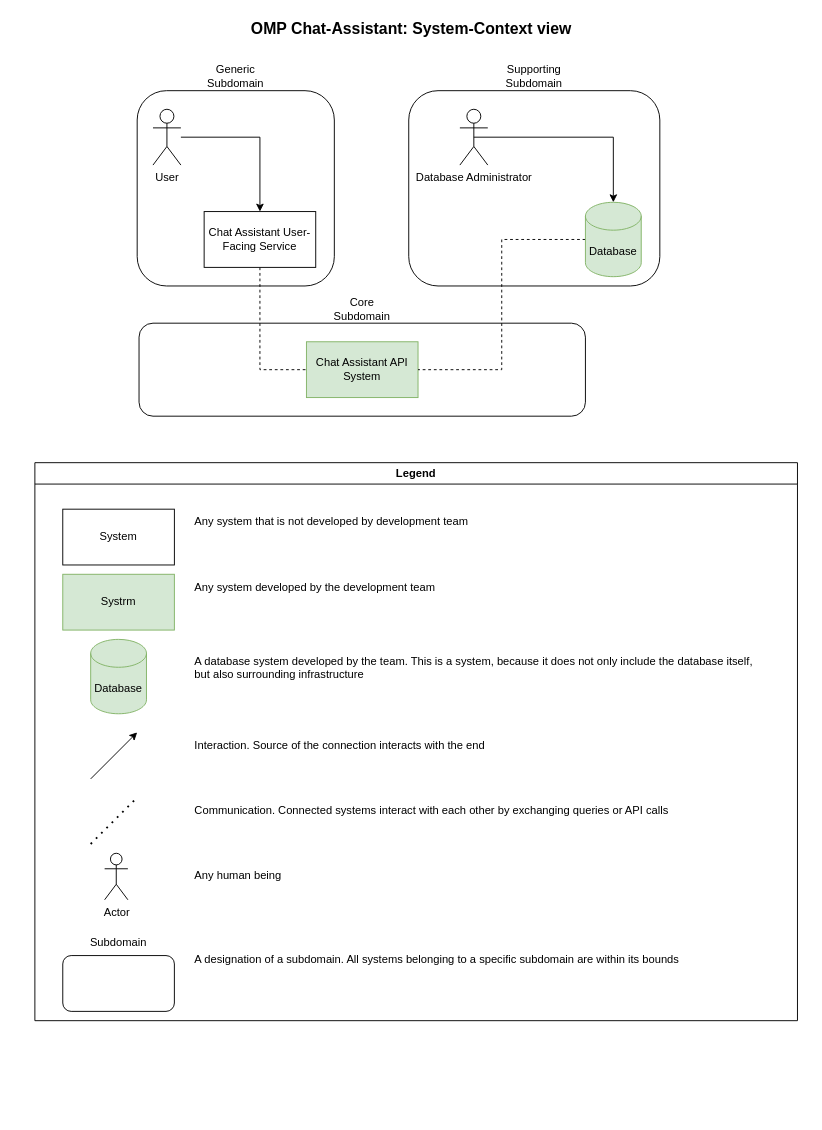
Earlier version of the draw.io diagram Diagrams/SystemView.drawio (OMP-Industrial-Project-Chat-Assistant/OMP-Chat-Assistant-Process). Source tidied: cells renumbered, new cells numbered last; positions are measured from the earlier drawing's top-left corner, leaving out a move shared by most shapes. Both pictures are drawn from the tidied source at 93%, with x=0, y=0 at pixel (16, 16).
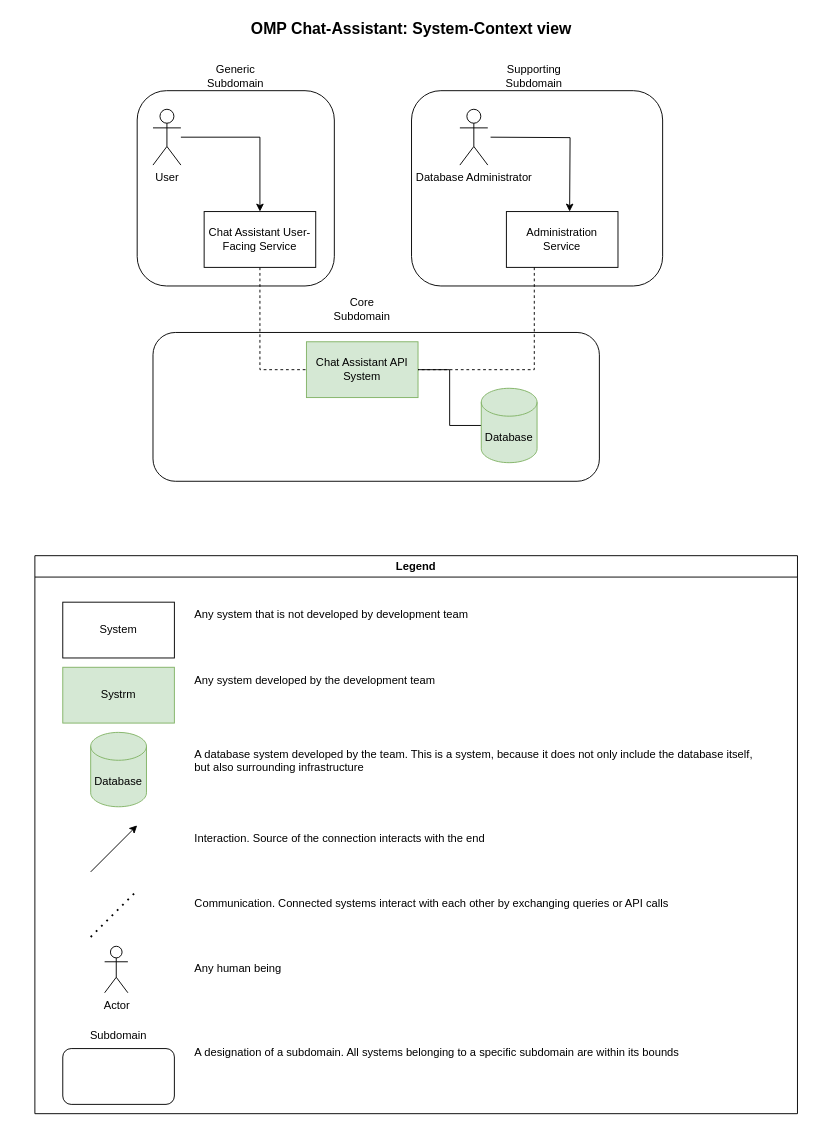
After the change.

The change refers to these unchanged cells:
```xml
<mxCell id="25" value="Chat Assistant API System" style="rounded=0;whiteSpace=wrap;html=1;fillColor=#d5e8d4;strokeColor=#82b366;" parent="1" vertex="1">
  <mxGeometry x="312" y="350" width="120" height="60" as="geometry" />
</mxCell>
<mxCell id="26" value="Database Administrator" style="shape=umlActor;verticalLabelPosition=bottom;verticalAlign=top;html=1;outlineConnect=0;" parent="1" vertex="1">
  <mxGeometry x="477" y="100" width="30" height="60" as="geometry" />
</mxCell>
```

The edit, as a diff of the source:
```diff
@@
-<mxGraphModel>
+<mxGraphModel background="#ffffff">
@@
+    <mxCell id="30" style="rounded=1;whiteSpace=wrap;html=1;fillColor=none;" parent="1" vertex="1">
+      <mxGeometry x="425" y="80" width="270" height="210" as="geometry" />
+    </mxCell>
+    <mxCell id="32" style="rounded=1;whiteSpace=wrap;html=1;fillColor=none;" parent="1" vertex="1">
+      <mxGeometry x="147" y="340" width="480" height="160" as="geometry" />
+    </mxCell>
@@
     <mxCell id="4" value="Legend" style="swimlane;whiteSpace=wrap;html=1;" parent="1" vertex="1">
-      <mxGeometry x="20" y="480" width="820" height="600" as="geometry" />
+      <mxGeometry x="20" y="580" width="820" height="600" as="geometry" />
     </mxCell>
@@
-    <mxCell id="27" style="edgeStyle=orthogonalEdgeStyle;rounded=0;jettySize=auto;html=1;entryX=1;entryY=0.5;entryDx=0;entryDy=0;dashed=1;endArrow=none;startFill=0;" parent="1" edge="1" source="28" target="25">
+    <mxCell id="27" style="edgeStyle=orthogonalEdgeStyle;rounded=0;jettySize=auto;html=1;entryX=1;entryY=0.5;entryDx=0;entryDy=0;endArrow=none;startFill=0;" parent="1" edge="1" source="28" target="25">
       <mxGeometry relative="1" as="geometry" />
     </mxCell>
     <mxCell id="28" value="Database" style="shape=cylinder3;whiteSpace=wrap;html=1;boundedLbl=1;backgroundOutline=1;size=15;fillColor=#d5e8d4;strokeColor=#82b366;" parent="1" vertex="1">
-      <mxGeometry x="612" y="200" width="60" height="80" as="geometry" />
+      <mxGeometry x="500" y="400" width="60" height="80" as="geometry" />
     </mxCell>
-    <mxCell id="29" style="edgeStyle=orthogonalEdgeStyle;rounded=0;jettySize=auto;html=1;exitX=0.5;exitY=0.5;exitDx=0;exitDy=0;exitPerimeter=0;entryX=0.5;entryY=0;entryDx=0;entryDy=0;entryPerimeter=0;" parent="1" edge="1" source="26" target="28">
-      <mxGeometry relative="1" as="geometry" />
-    </mxCell>
-    <mxCell id="30" style="rounded=1;whiteSpace=wrap;html=1;fillColor=none;" parent="1" vertex="1">
-      <mxGeometry x="422" y="80" width="270" height="210" as="geometry" />
-    </mxCell>
@@
-    <mxCell id="32" style="rounded=1;whiteSpace=wrap;html=1;fillColor=none;" parent="1" vertex="1">
-      <mxGeometry x="132" y="330" width="480" height="100" as="geometry" />
-    </mxCell>
@@
+    <mxCell id="34" value="Administration Service" style="rounded=0;whiteSpace=wrap;html=1;" parent="1" vertex="1">
+      <mxGeometry x="527" y="210" width="120" height="60" as="geometry" />
+    </mxCell>
+    <mxCell id="35" style="edgeStyle=orthogonalEdgeStyle;rounded=0;orthogonalLoop=1;jettySize=auto;html=1;entryX=0.5;entryY=0;entryDx=0;entryDy=0;" parent="1" edge="1">
+      <mxGeometry relative="1" as="geometry">
+        <mxPoint x="510" y="130" as="sourcePoint" />
+        <mxPoint x="595" y="210" as="targetPoint" />
+      </mxGeometry>
+    </mxCell>
+    <mxCell id="36" style="edgeStyle=orthogonalEdgeStyle;rounded=0;jettySize=auto;html=1;entryX=1;entryY=0.5;entryDx=0;entryDy=0;dashed=1;endArrow=none;startFill=0;exitX=0.25;exitY=1;exitDx=0;exitDy=0;" parent="1" edge="1" source="34" target="25">
+      <mxGeometry relative="1" as="geometry" />
+    </mxCell>
```
